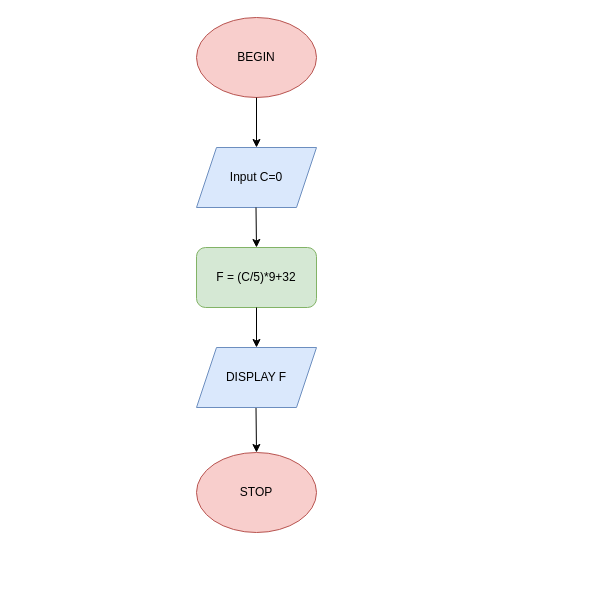
Above: page "Page-1" (1 of 3) of src/ss3_ma_gia_luu_do/bai_tap/ss3_flowchart.drawio in acapela000/C0922G1-TruongThiThanhThao (draw.io), before the change. Source tidied: cells renumbered, new cells numbered last; positions are measured from the earlier drawing's top-left corner, leaving out a move shared by most shapes. Both pictures are drawn from the tidied source at 100%, with x=0, y=0 at pixel (196, 17).
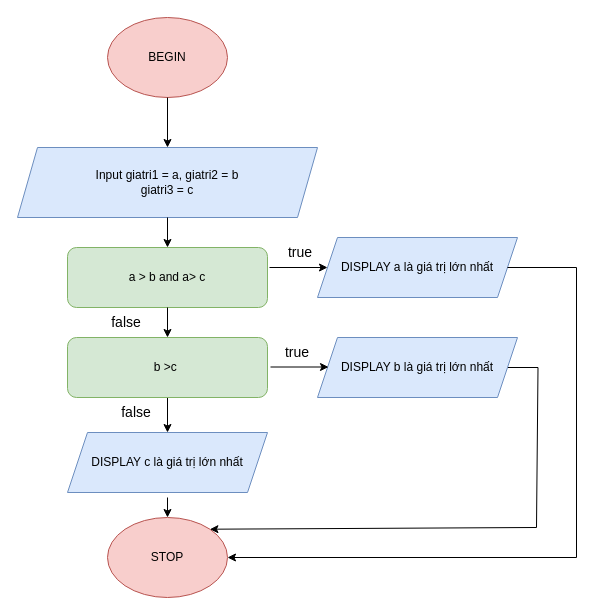
The same page after the edit.

Diff of the diagram source:
```diff
@@
     <mxCell id="2" value="BEGIN" style="ellipse;whiteSpace=wrap;html=1;fillColor=#f8cecc;strokeColor=#b85450;" parent="1" vertex="1">
-      <mxGeometry width="120" height="80" as="geometry" />
+      <mxGeometry x="-89" width="120" height="80" as="geometry" />
     </mxCell>
     <mxCell id="3" value="STOP" style="ellipse;whiteSpace=wrap;html=1;fillColor=#f8cecc;strokeColor=#b85450;" parent="1" vertex="1">
-      <mxGeometry y="435" width="120" height="80" as="geometry" />
+      <mxGeometry x="-89" y="500" width="120" height="80" as="geometry" />
     </mxCell>
-    <mxCell id="4" value="Input C=0" style="shape=parallelogram;perimeter=parallelogramPerimeter;whiteSpace=wrap;html=1;fixedSize=1;fillColor=#dae8fc;strokeColor=#6c8ebf;" parent="1" vertex="1">
-      <mxGeometry y="130" width="120" height="60" as="geometry" />
+    <mxCell id="4" value="Input giatri1 = a, giatri2 = b&lt;br&gt;giatri3 = c" style="shape=parallelogram;perimeter=parallelogramPerimeter;whiteSpace=wrap;html=1;fixedSize=1;fillColor=#dae8fc;strokeColor=#6c8ebf;" parent="1" vertex="1">
+      <mxGeometry x="-179" y="130" width="300" height="70" as="geometry" />
     </mxCell>
-    <mxCell id="5" value="F = (C/5)*9+32" style="rounded=1;whiteSpace=wrap;html=1;fillColor=#d5e8d4;strokeColor=#82b366;" parent="1" vertex="1">
-      <mxGeometry y="230" width="120" height="60" as="geometry" />
-    </mxCell>
@@
-    <mxCell id="7" style="endArrow=classic;html=1;rounded=0;exitX=0.5;exitY=1;exitDx=0;exitDy=0;" parent="1" edge="1">
-      <mxGeometry relative="1" as="geometry">
-        <mxPoint x="59.5" y="190" as="sourcePoint" />
-        <mxPoint x="60" y="230" as="targetPoint" />
-      </mxGeometry>
-    </mxCell>
-    <mxCell id="8" style="endArrow=classic;html=1;rounded=0;exitX=0.5;exitY=1;exitDx=0;exitDy=0;entryX=0.5;entryY=0;entryDx=0;entryDy=0;" parent="1" edge="1" source="5" target="10">
-      <mxGeometry relative="1" as="geometry" />
-    </mxCell>
-    <mxCell id="9" style="endArrow=classic;html=1;rounded=0;entryX=0.5;entryY=0;entryDx=0;entryDy=0;exitX=0.5;exitY=1;exitDx=0;exitDy=0;" parent="1" edge="1" target="3">
-      <mxGeometry relative="1" as="geometry">
-        <mxPoint x="59.5" y="390" as="sourcePoint" />
-      </mxGeometry>
-    </mxCell>
-    <mxCell id="10" value="DISPLAY F" style="shape=parallelogram;perimeter=parallelogramPerimeter;whiteSpace=wrap;html=1;fixedSize=1;fillColor=#dae8fc;strokeColor=#6c8ebf;" parent="1" vertex="1">
-      <mxGeometry y="330" width="120" height="60" as="geometry" />
-    </mxCell>
+    <mxCell id="11" value="a &amp;gt; b and a&amp;gt; c" style="rounded=1;whiteSpace=wrap;html=1;fillColor=#d5e8d4;strokeColor=#82b366;" parent="1" vertex="1">
+      <mxGeometry x="-129" y="230" width="200" height="60" as="geometry" />
+    </mxCell>
+    <mxCell id="12" value="DISPLAY a là giá trị lớn nhất" style="shape=parallelogram;perimeter=parallelogramPerimeter;whiteSpace=wrap;html=1;fixedSize=1;fillColor=#dae8fc;strokeColor=#6c8ebf;" parent="1" vertex="1">
+      <mxGeometry x="121" y="220" width="200" height="60" as="geometry" />
+    </mxCell>
+    <mxCell id="13" style="edgeStyle=orthogonalEdgeStyle;rounded=0;orthogonalLoop=1;jettySize=auto;html=1;exitX=0.5;exitY=1;exitDx=0;exitDy=0;" parent="1" edge="1" source="2" target="2">
+      <mxGeometry relative="1" as="geometry" />
+    </mxCell>
+    <mxCell id="14" style="edgeStyle=orthogonalEdgeStyle;rounded=0;jettySize=auto;html=1;fontSize=14;" parent="1" edge="1" source="15" target="16">
+      <mxGeometry relative="1" as="geometry" />
+    </mxCell>
+    <mxCell id="15" value="b &amp;gt;c&amp;nbsp;" style="rounded=1;whiteSpace=wrap;html=1;fillColor=#d5e8d4;strokeColor=#82b366;" parent="1" vertex="1">
+      <mxGeometry x="-129" y="320" width="200" height="60" as="geometry" />
+    </mxCell>
+    <mxCell id="16" value="DISPLAY c là giá trị lớn nhất" style="shape=parallelogram;perimeter=parallelogramPerimeter;whiteSpace=wrap;html=1;fixedSize=1;fillColor=#dae8fc;strokeColor=#6c8ebf;" parent="1" vertex="1">
+      <mxGeometry x="-129" y="415" width="200" height="60" as="geometry" />
+    </mxCell>
+    <mxCell id="17" value="DISPLAY b là giá trị lớn nhất" style="shape=parallelogram;perimeter=parallelogramPerimeter;whiteSpace=wrap;html=1;fixedSize=1;fillColor=#dae8fc;strokeColor=#6c8ebf;" parent="1" vertex="1">
+      <mxGeometry x="121" y="320" width="200" height="60" as="geometry" />
+    </mxCell>
+    <mxCell id="18" style="endArrow=classic;html=1;rounded=0;exitX=0.5;exitY=1;exitDx=0;exitDy=0;entryX=0.5;entryY=0;entryDx=0;entryDy=0;" parent="1" edge="1" source="4" target="11">
+      <mxGeometry relative="1" as="geometry" />
+    </mxCell>
+    <mxCell id="19" style="endArrow=classic;html=1;rounded=0;exitX=0.5;exitY=1;exitDx=0;exitDy=0;entryX=0.5;entryY=0;entryDx=0;entryDy=0;" parent="1" edge="1" source="11" target="15">
+      <mxGeometry relative="1" as="geometry" />
+    </mxCell>
+    <mxCell id="20" style="endArrow=classic;html=1;rounded=0;" parent="1" edge="1">
+      <mxGeometry relative="1" as="geometry">
+        <mxPoint x="-29" y="480" as="sourcePoint" />
+        <mxPoint x="-29" y="500" as="targetPoint" />
+      </mxGeometry>
+    </mxCell>
+    <mxCell id="21" value="false" style="text;html=1;strokeColor=none;fillColor=none;align=center;verticalAlign=middle;whiteSpace=wrap;rounded=0;fontSize=14;" parent="1" vertex="1">
+      <mxGeometry x="-100" y="290" width="60" height="30" as="geometry" />
+    </mxCell>
+    <mxCell id="22" value="true" style="text;html=1;strokeColor=none;fillColor=none;align=center;verticalAlign=middle;whiteSpace=wrap;rounded=0;fontSize=14;" parent="1" vertex="1">
+      <mxGeometry x="74" y="220" width="60" height="30" as="geometry" />
+    </mxCell>
+    <mxCell id="23" value="false" style="text;html=1;strokeColor=none;fillColor=none;align=center;verticalAlign=middle;whiteSpace=wrap;rounded=0;fontSize=14;" parent="1" vertex="1">
+      <mxGeometry x="-90" y="380" width="60" height="30" as="geometry" />
+    </mxCell>
+    <mxCell id="24" style="endArrow=classic;html=1;rounded=0;entryX=0;entryY=0.5;entryDx=0;entryDy=0;" parent="1" edge="1" target="12">
+      <mxGeometry relative="1" as="geometry">
+        <mxPoint x="73" y="250" as="sourcePoint" />
+      </mxGeometry>
+    </mxCell>
+    <mxCell id="25" style="endArrow=classic;html=1;rounded=0;entryX=0;entryY=0.5;entryDx=0;entryDy=0;" parent="1" edge="1">
+      <mxGeometry relative="1" as="geometry">
+        <mxPoint x="74" y="349.5" as="sourcePoint" />
+        <mxPoint x="132" y="349.5" as="targetPoint" />
+      </mxGeometry>
+    </mxCell>
+    <mxCell id="26" value="true" style="text;html=1;strokeColor=none;fillColor=none;align=center;verticalAlign=middle;whiteSpace=wrap;rounded=0;fontSize=14;" parent="1" vertex="1">
+      <mxGeometry x="71" y="320" width="60" height="30" as="geometry" />
+    </mxCell>
+    <mxCell id="27" style="endArrow=classic;html=1;rounded=0;exitX=1;exitY=0.5;exitDx=0;exitDy=0;entryX=1;entryY=0.5;entryDx=0;entryDy=0;" parent="1" edge="1" source="12" target="3">
+      <mxGeometry relative="1" as="geometry">
+        <Array as="points">
+          <mxPoint x="380" y="250" />
+          <mxPoint x="380" y="540" />
+        </Array>
+      </mxGeometry>
+    </mxCell>
+    <mxCell id="28" style="endArrow=classic;html=1;rounded=0;exitX=1;exitY=0.5;exitDx=0;exitDy=0;entryX=1;entryY=0;entryDx=0;entryDy=0;" parent="1" edge="1" target="3">
+      <mxGeometry relative="1" as="geometry">
+        <mxPoint x="311.5" y="350" as="sourcePoint" />
+        <Array as="points">
+          <mxPoint x="341.5" y="350" />
+          <mxPoint x="340" y="510" />
+        </Array>
+      </mxGeometry>
+    </mxCell>
```
